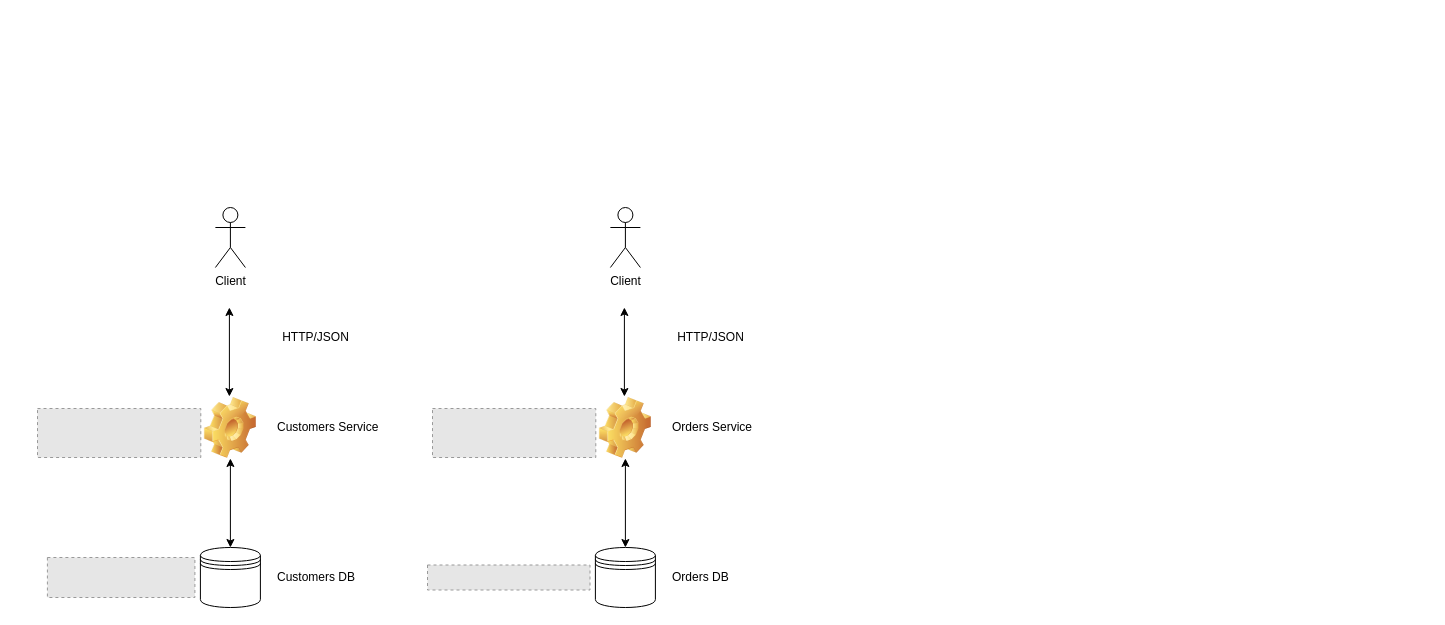
sunnyvale-academy/ITS-ICT_Microservices keeps this draw.io diagram as labs/02-eCommerce_microservices/img/eCommerce.drawio. Above is the earlier version. Source tidied: cells renumbered, new cells numbered last; positions are measured from the earlier drawing's top-left corner, leaving out a move shared by most shapes. Both pictures are drawn from the tidied source at 100%, with x=0, y=0 at pixel (37, 207). Pictures stored in the file or linked from it are replaced by grey dashed boxes.
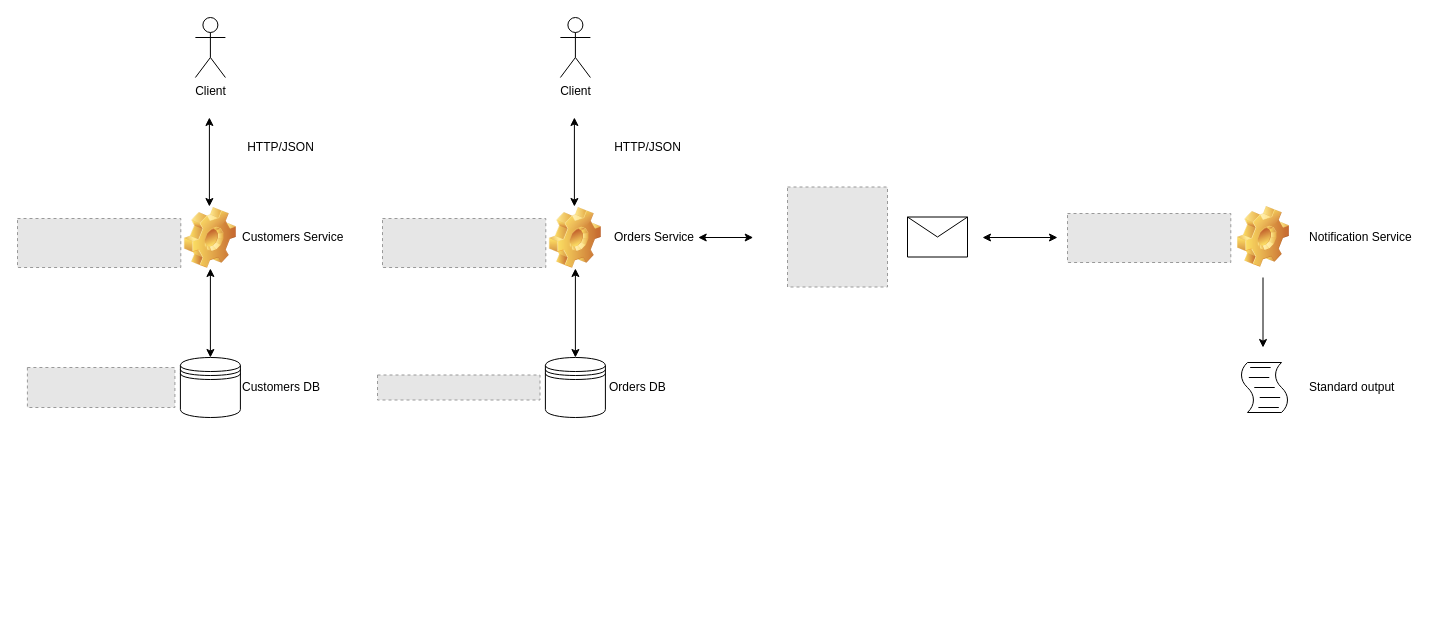
The same diagram, later.

The edit, as a diff of the source:
```diff
@@
     <mxCell id="2" style="shape=datastore;whiteSpace=wrap;html=1;" parent="1" vertex="1">
-      <mxGeometry x="162.9" y="340" width="60" height="60" as="geometry" />
+      <mxGeometry x="142.9" y="150" width="60" height="60" as="geometry" />
     </mxCell>
     <mxCell id="3" style="shape=image;html=1;verticalLabelPosition=bottom;verticalAlign=top;imageAspect=1;image=img/clipart/Gear_128x128.png;" parent="1" vertex="1">
-      <mxGeometry x="166.9" y="190" width="52" height="61" as="geometry" />
+      <mxGeometry x="146.9" width="52" height="61" as="geometry" />
     </mxCell>
@@
     <mxCell id="5" value="Client" style="shape=umlActor;verticalLabelPosition=bottom;verticalAlign=top;html=1;" parent="1" vertex="1">
-      <mxGeometry x="177.9" width="30" height="60" as="geometry" />
+      <mxGeometry x="157.9" y="-190" width="30" height="60" as="geometry" />
     </mxCell>
     <mxCell id="6" style="endArrow=classic;startArrow=classic;html=1;exitX=0.5;exitY=0;exitDx=0;exitDy=0;" parent="1" edge="1">
       <mxGeometry relative="1" as="geometry">
-        <mxPoint x="191.9" y="189" as="sourcePoint" />
-        <mxPoint x="191.9" y="100" as="targetPoint" />
+        <mxPoint x="171.9" y="-1" as="sourcePoint" />
+        <mxPoint x="171.9" y="-90" as="targetPoint" />
       </mxGeometry>
     </mxCell>
     <mxCell id="7" value="Customers Service" style="text;html=1;align=left;verticalAlign=middle;fillColor=none;strokeColor=none;rounded=0;" parent="1" vertex="1">
-      <mxGeometry x="237.9" y="210" width="120" height="20" as="geometry" />
+      <mxGeometry x="202.9" y="20" width="120" height="20" as="geometry" />
     </mxCell>
     <mxCell id="8" value="Customers DB" style="text;html=1;align=left;verticalAlign=middle;fillColor=none;strokeColor=none;rounded=0;" parent="1" vertex="1">
-      <mxGeometry x="237.9" y="360" width="90" height="20" as="geometry" />
+      <mxGeometry x="202.9" y="170" width="90" height="20" as="geometry" />
     </mxCell>
     <mxCell id="9" style="fillColor=#E6E6E6;strokeColor=#999999;dashed=1;verticalLabelPosition=bottom;verticalAlign=top;" parent="1" vertex="1">
-      <mxGeometry x="9.9" y="350" width="147.5" height="40" as="geometry" />
+      <mxGeometry x="-10.1" y="160" width="147.5" height="40" as="geometry" />
     </mxCell>
     <mxCell id="10" style="fillColor=#E6E6E6;strokeColor=#999999;dashed=1;verticalLabelPosition=bottom;verticalAlign=top;" parent="1" vertex="1">
-      <mxGeometry y="201" width="163.3" height="49" as="geometry" />
+      <mxGeometry x="-20" y="11" width="163.3" height="49" as="geometry" />
     </mxCell>
     <mxCell id="11" value="HTTP/JSON" style="text;html=1;align=center;verticalAlign=middle;fillColor=none;strokeColor=none;rounded=0;" parent="1" vertex="1">
-      <mxGeometry x="237.9" y="120" width="80" height="20" as="geometry" />
+      <mxGeometry x="202.9" y="-70" width="80" height="20" as="geometry" />
     </mxCell>
     <mxCell id="12" style="shape=datastore;whiteSpace=wrap;html=1;" parent="1" vertex="1">
-      <mxGeometry x="557.9" y="340" width="60" height="60" as="geometry" />
+      <mxGeometry x="507.9" y="150" width="60" height="60" as="geometry" />
     </mxCell>
     <mxCell id="13" style="shape=image;html=1;verticalLabelPosition=bottom;verticalAlign=top;imageAspect=1;image=img/clipart/Gear_128x128.png;" parent="1" vertex="1">
-      <mxGeometry x="561.9" y="190" width="52" height="61" as="geometry" />
+      <mxGeometry x="511.9" width="52" height="61" as="geometry" />
     </mxCell>
@@
     <mxCell id="15" value="Client" style="shape=umlActor;verticalLabelPosition=bottom;verticalAlign=top;html=1;" parent="1" vertex="1">
-      <mxGeometry x="572.9" width="30" height="60" as="geometry" />
+      <mxGeometry x="522.9" y="-190" width="30" height="60" as="geometry" />
     </mxCell>
     <mxCell id="16" style="endArrow=classic;startArrow=classic;html=1;exitX=0.5;exitY=0;exitDx=0;exitDy=0;" parent="1" edge="1">
       <mxGeometry relative="1" as="geometry">
-        <mxPoint x="586.9" y="189" as="sourcePoint" />
-        <mxPoint x="586.9" y="100" as="targetPoint" />
+        <mxPoint x="536.9" y="-1" as="sourcePoint" />
+        <mxPoint x="536.9" y="-90" as="targetPoint" />
       </mxGeometry>
     </mxCell>
     <mxCell id="17" value="Orders Service" style="text;html=1;align=left;verticalAlign=middle;fillColor=none;strokeColor=none;rounded=0;" parent="1" vertex="1">
-      <mxGeometry x="632.9" y="210" width="100" height="20" as="geometry" />
+      <mxGeometry x="575" y="20" width="100" height="20" as="geometry" />
     </mxCell>
     <mxCell id="18" value="Orders DB" style="text;html=1;align=left;verticalAlign=middle;fillColor=none;strokeColor=none;rounded=0;" parent="1" vertex="1">
-      <mxGeometry x="632.9" y="360" width="70" height="20" as="geometry" />
+      <mxGeometry x="570" y="170" width="70" height="20" as="geometry" />
     </mxCell>
     <mxCell id="19" style="fillColor=#E6E6E6;strokeColor=#999999;dashed=1;verticalLabelPosition=bottom;verticalAlign=top;" parent="1" vertex="1">
-      <mxGeometry x="395" y="201" width="163.3" height="49" as="geometry" />
+      <mxGeometry x="345" y="11" width="163.3" height="49" as="geometry" />
     </mxCell>
     <mxCell id="20" value="HTTP/JSON" style="text;html=1;align=center;verticalAlign=middle;fillColor=none;strokeColor=none;rounded=0;" parent="1" vertex="1">
-      <mxGeometry x="632.9" y="120" width="80" height="20" as="geometry" />
+      <mxGeometry x="570" y="-70" width="80" height="20" as="geometry" />
     </mxCell>
     <mxCell id="21" style="fillColor=#E6E6E6;strokeColor=#999999;dashed=1;verticalLabelPosition=bottom;verticalAlign=top;" parent="1" vertex="1">
-      <mxGeometry x="390" y="357.5" width="162.5" height="25" as="geometry" />
+      <mxGeometry x="340" y="167.5" width="162.5" height="25" as="geometry" />
     </mxCell>
+    <mxCell id="22" style="endArrow=classic;startArrow=classic;html=1;" parent="1" edge="1">
+      <mxGeometry relative="1" as="geometry">
+        <mxPoint x="715.7" y="30" as="sourcePoint" />
+        <mxPoint x="660.7" y="30" as="targetPoint" />
+      </mxGeometry>
+    </mxCell>
+    <mxCell id="23" style="shape=image;html=1;verticalLabelPosition=bottom;verticalAlign=top;imageAspect=1;image=img/clipart/Gear_128x128.png;" parent="1" vertex="1">
+      <mxGeometry x="1200" y="-1" width="52" height="61" as="geometry" />
+    </mxCell>
+    <mxCell id="24" style="fillColor=#E6E6E6;strokeColor=#999999;dashed=1;verticalLabelPosition=bottom;verticalAlign=top;" parent="1" vertex="1">
+      <mxGeometry x="1030" y="6" width="163.3" height="49" as="geometry" />
+    </mxCell>
+    <mxCell id="25" style="endArrow=classic;startArrow=classic;html=1;" parent="1" edge="1">
+      <mxGeometry relative="1" as="geometry">
+        <mxPoint x="1020" y="30" as="sourcePoint" />
+        <mxPoint x="945" y="30" as="targetPoint" />
+      </mxGeometry>
+    </mxCell>
+    <mxCell id="26" style="fillColor=#E6E6E6;strokeColor=#999999;dashed=1;verticalLabelPosition=bottom;verticalAlign=top;" parent="1" vertex="1">
+      <mxGeometry x="750" y="-20.5" width="100" height="100" as="geometry" />
+    </mxCell>
+    <mxCell id="27" value="Notification Service" style="text;html=1;align=left;verticalAlign=middle;fillColor=none;strokeColor=none;rounded=0;" parent="1" vertex="1">
+      <mxGeometry x="1270" y="20" width="120" height="20" as="geometry" />
+    </mxCell>
+    <mxCell id="28" style="endArrow=classic;html=1;" parent="1" edge="1">
+      <mxGeometry relative="1" as="geometry">
+        <mxPoint x="1225.5" y="70" as="sourcePoint" />
+        <mxPoint x="1225.5" y="140" as="targetPoint" />
+      </mxGeometry>
+    </mxCell>
+    <mxCell id="29" style="shape=message;html=1;whiteSpace=wrap;html=1;" parent="1" vertex="1">
+      <mxGeometry x="870" y="9.5" width="60" height="40" as="geometry" />
+    </mxCell>
+    <mxCell id="30" style="shape=mxgraph.bpmn.script_task;html=1;" parent="1" vertex="1">
+      <mxGeometry x="1202" y="155" width="50" height="50" as="geometry" />
+    </mxCell>
+    <mxCell id="31" value="Standard output" style="text;html=1;align=left;verticalAlign=middle;fillColor=none;strokeColor=none;rounded=0;" parent="1" vertex="1">
+      <mxGeometry x="1270" y="170" width="100" height="20" as="geometry" />
+    </mxCell>
```
